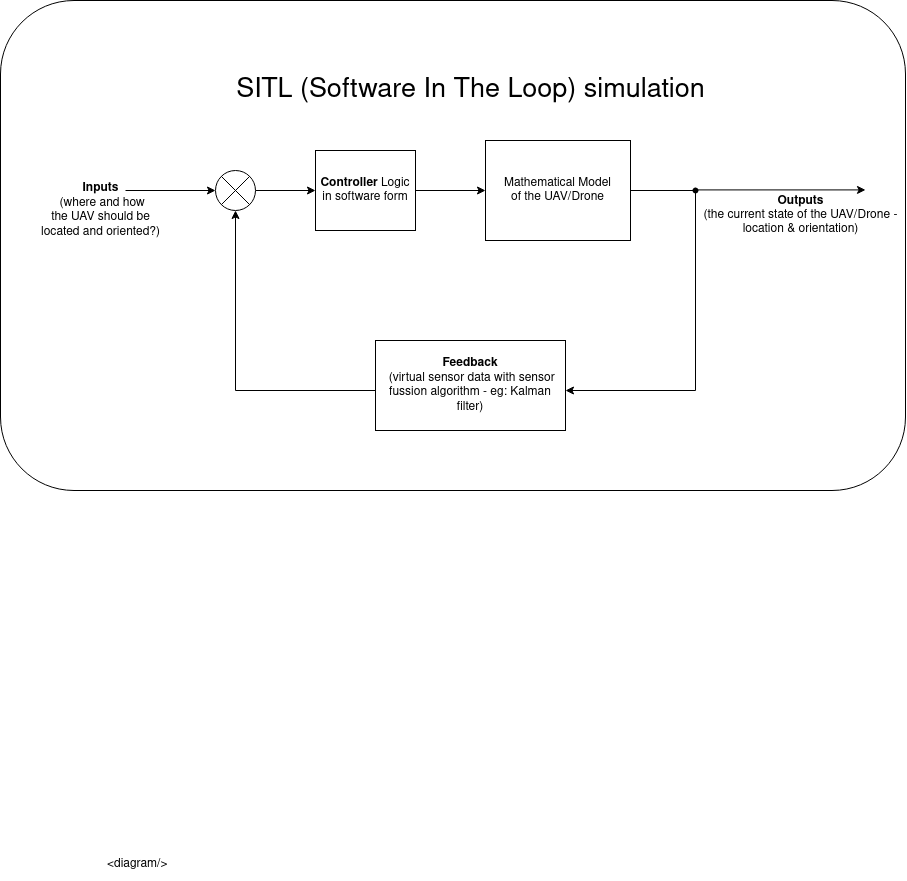
Before: SITL.png, a diagram exported from draw.io (anwarendo/drawings). Source tidied: cells renumbered, new cells last; positions are measured from the earlier drawing's top-left corner, leaving out a move shared by most shapes.
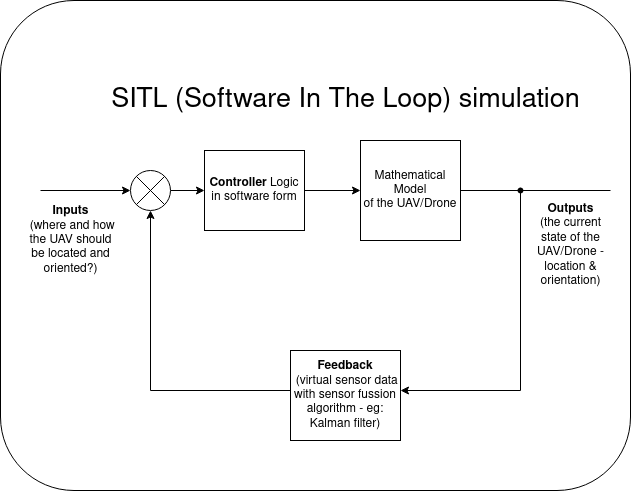
After the commit.

Change to the diagram source:
```diff
@@ -3,7 +3,7 @@
     <mxCell id="0" />
     <mxCell id="1" parent="0" />
     <mxCell id="2" style="rounded=1;whiteSpace=wrap;html=1;" parent="1" vertex="1">
-      <mxGeometry width="905" height="490" as="geometry" />
+      <mxGeometry x="85" width="630" height="490" as="geometry" />
     </mxCell>
     <mxCell id="3" style="edgeStyle=orthogonalEdgeStyle;rounded=0;jettySize=auto;html=1;exitX=1;exitY=0.5;exitDx=0;exitDy=0;" parent="1" edge="1" source="9" target="6">
       <mxGeometry relative="1" as="geometry" />
@@ -18,18 +18,17 @@
       <mxGeometry relative="1" as="geometry" />
     </mxCell>
     <mxCell id="6" value="&lt;div&gt;&lt;b&gt;Controller&lt;/b&gt; Logic&lt;/div&gt;&lt;div&gt;in software form&lt;br&gt;&lt;/div&gt;" style="whiteSpace=wrap;html=1;" parent="1" vertex="1">
-      <mxGeometry x="315" y="150" width="100" height="80" as="geometry" />
+      <mxGeometry x="289" y="150" width="100" height="80" as="geometry" />
     </mxCell>
     <mxCell id="7" style="edgeStyle=orthogonalEdgeStyle;rounded=0;jettySize=auto;html=1;startArrow=none;" parent="1" edge="1" source="13" target="11">
       <mxGeometry relative="1" as="geometry">
         <Array as="points">
-          <mxPoint x="695" y="190" />
-          <mxPoint x="695" y="390" />
+          <mxPoint x="605" y="390" />
         </Array>
       </mxGeometry>
     </mxCell>
     <mxCell id="8" value="&lt;div&gt;Mathematical Model&lt;/div&gt;&lt;div&gt;of the UAV/Drone&lt;br&gt;&lt;/div&gt;" style="whiteSpace=wrap;html=1;" parent="1" vertex="1">
-      <mxGeometry x="485" y="140" width="145" height="100" as="geometry" />
+      <mxGeometry x="445" y="140" width="100" height="100" as="geometry" />
     </mxCell>
     <mxCell id="9" style="shape=sumEllipse;perimeter=ellipsePerimeter;whiteSpace=wrap;html=1;backgroundOutline=1;" parent="1" vertex="1">
       <mxGeometry x="215" y="170" width="40" height="40" as="geometry" />
@@ -42,33 +41,27 @@
       </mxGeometry>
     </mxCell>
     <mxCell id="11" value="&lt;div&gt;&lt;b&gt;Feedback&lt;/b&gt;&lt;/div&gt;&lt;div&gt;&amp;nbsp;(virtual sensor data with sensor fussion algorithm - eg: Kalman filter)&lt;/div&gt;" style="whiteSpace=wrap;html=1;" parent="1" vertex="1">
-      <mxGeometry x="375" y="340" width="190" height="90" as="geometry" />
+      <mxGeometry x="375" y="350" width="110" height="90" as="geometry" />
     </mxCell>
-    <mxCell id="12" value="&lt;div&gt;&lt;b&gt;Inputs&lt;/b&gt;&lt;/div&gt;&lt;div&gt;&amp;nbsp;(where and how &lt;br&gt;&lt;/div&gt;&lt;div&gt;the UAV should be&lt;/div&gt;&lt;div&gt;located and oriented?)&lt;/div&gt;" style="text;html=1;align=center;verticalAlign=middle;strokeColor=none;fillColor=none;" parent="1" vertex="1">
-      <mxGeometry x="35" y="180" width="130" height="60" as="geometry" />
+    <mxCell id="12" value="&lt;div&gt;&lt;b&gt;Inputs&lt;/b&gt;&lt;/div&gt;&lt;div&gt;&amp;nbsp;(where and how &lt;br&gt;&lt;/div&gt;&lt;div&gt;the UAV should &lt;br&gt;&lt;/div&gt;&lt;div&gt;be located and &lt;br&gt;&lt;/div&gt;&lt;div&gt;oriented?)&lt;/div&gt;" style="text;html=1;align=center;verticalAlign=middle;strokeColor=none;fillColor=none;" parent="1" vertex="1">
+      <mxGeometry x="105" y="200" width="100" height="80" as="geometry" />
     </mxCell>
+    <mxCell id="14" style="edgeStyle=orthogonalEdgeStyle;rounded=0;jettySize=auto;html=1;endArrow=none;startArrow=none;" parent="1" edge="1" source="13">
+      <mxGeometry relative="1" as="geometry">
+        <mxPoint x="695" y="190" as="targetPoint" />
+      </mxGeometry>
+    </mxCell>
+    <mxCell id="16" value="&lt;div&gt;&lt;b&gt;Outputs&lt;/b&gt; &lt;br&gt;&lt;/div&gt;&lt;div&gt;(the current &lt;br&gt;&lt;/div&gt;&lt;div&gt;state of the &lt;br&gt;&lt;/div&gt;&lt;div&gt;UAV/Drone - &lt;br&gt;&lt;/div&gt;&lt;div&gt;location &amp;amp; &lt;br&gt;&lt;/div&gt;&lt;div&gt;orientation)&lt;br&gt;&lt;/div&gt;" style="text;html=1;align=center;verticalAlign=middle;strokeColor=none;fillColor=none;" parent="1" vertex="1">
+      <mxGeometry x="615" y="200" width="80" height="90" as="geometry" />
+    </mxCell>
+    <mxCell id="18" value="SITL (Software In The Loop) simulation " style="text;html=1;align=center;verticalAlign=middle;strokeColor=none;fillColor=none;fontSize=27;" parent="1" vertex="1">
+      <mxGeometry x="190" y="80" width="480" height="40" as="geometry" />
+    </mxCell>
     <mxCell id="13" style="shape=waypoint;sketch=0;fillStyle=solid;size=6;points=[];fillColor=none;perimeter=centerPerimeter;snapToPoint=1;" parent="1" vertex="1">
-      <mxGeometry x="675" y="170" width="40" height="40" as="geometry" />
+      <mxGeometry x="585" y="170" width="40" height="40" as="geometry" />
     </mxCell>
-    <mxCell id="14" style="edgeStyle=orthogonalEdgeStyle;rounded=0;jettySize=auto;html=1;endArrow=none;" parent="1" edge="1" source="8">
-      <mxGeometry relative="1" as="geometry">
-        <mxPoint x="695" y="190" as="targetPoint" />
-      </mxGeometry>
-    </mxCell>
-    <mxCell id="15" style="endArrow=classic;html=1;rounded=0;" parent="1" edge="1">
-      <mxGeometry relative="1" as="geometry">
-        <mxPoint x="695" y="189.4" as="sourcePoint" />
-        <mxPoint x="865" y="189.4" as="targetPoint" />
-      </mxGeometry>
-    </mxCell>
-    <mxCell id="16" value="&lt;div&gt;&lt;b&gt;Outputs&lt;/b&gt; &lt;br&gt;&lt;/div&gt;&lt;div&gt;(the current state of the UAV/Drone - &lt;br&gt;&lt;/div&gt;&lt;div&gt;location &amp;amp; orientation)&lt;br&gt;&lt;/div&gt;" style="text;html=1;align=center;verticalAlign=middle;strokeColor=none;fillColor=none;" parent="1" vertex="1">
-      <mxGeometry x="695" y="190" width="210" height="50" as="geometry" />
-    </mxCell>
-    <mxCell id="17" value="&amp;lt;diagram/&amp;gt;" style="text;whiteSpace=wrap;html=1;" parent="1" vertex="1">
-      <mxGeometry x="105" y="850" width="90" height="30" as="geometry" />
-    </mxCell>
-    <mxCell id="18" value="SITL (Software In The Loop) simulation " style="text;html=1;align=center;verticalAlign=middle;strokeColor=none;fillColor=none;fontSize=27;" parent="1" vertex="1">
-      <mxGeometry x="230" y="70" width="480" height="40" as="geometry" />
-    </mxCell>
+    <mxCell id="19" style="edgeStyle=orthogonalEdgeStyle;rounded=0;jettySize=auto;html=1;endArrow=none;" parent="1" edge="1" source="8" target="13">
+      <mxGeometry relative="1" as="geometry" />
+    </mxCell>
   </root>
 </mxGraphModel>
```
